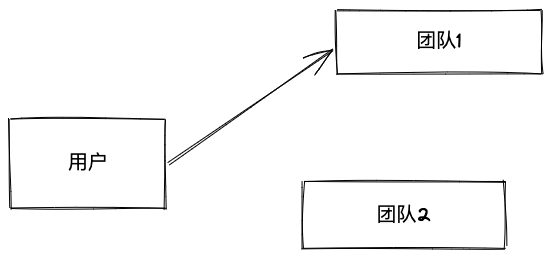
Before: docs/asserts/architecture.excalidraw.png, a diagram exported from Excalidraw (fjhdream/truck-billing). Source tidied: one line per element, renumbered; positions are measured from the earlier drawing's top-left corner, leaving out a move shared by most shapes.
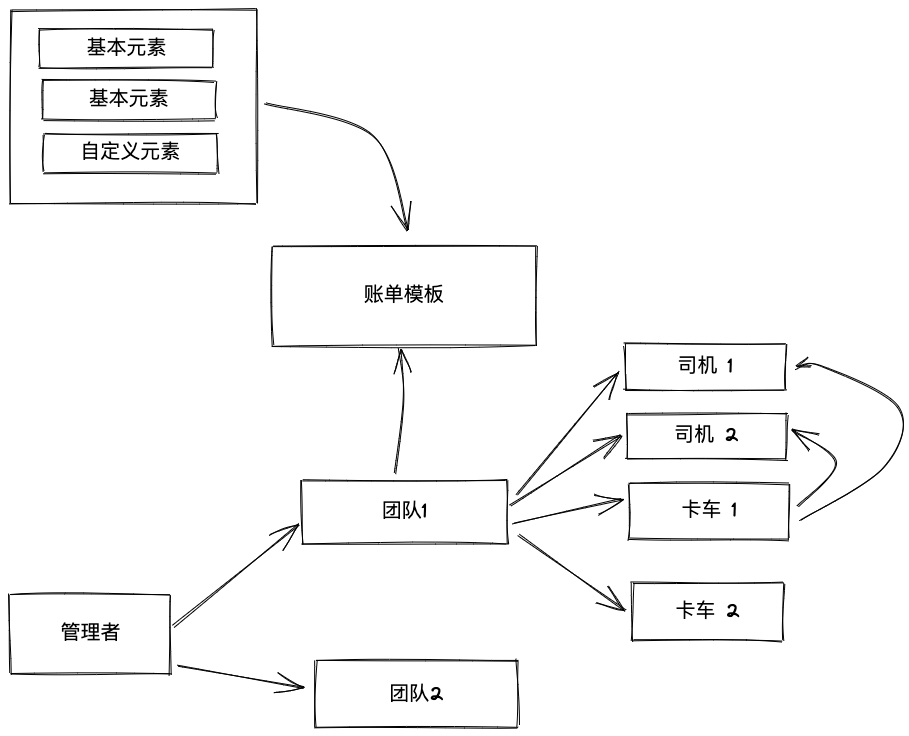
Above is the later version.

Commit message:
complete ER design

Change to the diagram source:
```diff
@@ -1,7 +1,33 @@
-{"id": 0, "type": "rectangle", "strokeColor": "#000000", "strokeWidth": 1, "roughness": 1, "x": 0, "y": 109, "width": 156, "height": 90}
+{"id": 0, "type": "rectangle", "strokeColor": "#000000", "strokeWidth": 1, "roughness": 1, "x": -16, "y": 132, "width": 161, "height": 80}
-{"id": 1, "type": "text", "text": "用户", "strokeColor": "#000000", "strokeWidth": 1, "roughness": 1, "fontSize": 20, "fontFamily": 1, "textAlign": "center", "verticalAlign": "middle", "inside": 0, "x": 5, "y": 140, "width": 146, "height": 28}
+{"id": 1, "type": "text", "text": "管理者", "strokeColor": "#000000", "strokeWidth": 1, "roughness": 1, "fontSize": 20, "fontFamily": 1, "textAlign": "center", "verticalAlign": "middle", "inside": 0, "x": -11, "y": 158, "width": 151, "height": 28}
-{"id": 2, "type": "rectangle", "strokeColor": "#000000", "strokeWidth": 1, "roughness": 1, "x": 326, "y": 0, "width": 205, "height": 64}
+{"id": 2, "type": "rectangle", "strokeColor": "#000000", "strokeWidth": 1, "roughness": 1, "x": 276, "y": 18, "width": 205, "height": 64}
-{"id": 3, "type": "text", "text": "团队1", "strokeColor": "#000000", "strokeWidth": 1, "roughness": 1, "fontSize": 20, "fontFamily": 1, "textAlign": "center", "verticalAlign": "middle", "inside": 2, "x": 331, "y": 18, "width": 195, "height": 28}
+{"id": 3, "type": "text", "text": "团队1", "strokeColor": "#000000", "strokeWidth": 1, "roughness": 1, "fontSize": 20, "fontFamily": 1, "textAlign": "center", "verticalAlign": "middle", "inside": 2, "x": 281, "y": 37, "width": 195, "height": 28}
-{"id": 4, "type": "arrow", "strokeColor": "#000000", "strokeWidth": 1, "roughness": 1, "endArrowhead": "arrow", "from": 0, "to": 2, "x": 159, "y": 153, "width": 163, "height": 114, "points": [[0, 0], [163, -114]]}
+{"id": 4, "type": "arrow", "strokeColor": "#000000", "strokeWidth": 1, "roughness": 1, "endArrowhead": "arrow", "from": 0, "to": 2, "x": 148, "y": 164, "width": 125, "height": 102, "points": [[0, 0], [125, -102]]}
-{"id": 5, "type": "rectangle", "strokeColor": "#000000", "strokeWidth": 1, "roughness": 1, "x": 293, "y": 172, "width": 202, "height": 66}
+{"id": 5, "type": "rectangle", "strokeColor": "#000000", "strokeWidth": 1, "roughness": 1, "x": 290, "y": 199, "width": 202, "height": 66}
-{"id": 6, "type": "text", "text": "团队2", "strokeColor": "#000000", "strokeWidth": 1, "roughness": 1, "fontSize": 20, "fontFamily": 1, "textAlign": "center", "verticalAlign": "middle", "inside": 5, "x": 298, "y": 192, "width": 192, "height": 28}
+{"id": 6, "type": "text", "text": "团队2", "strokeColor": "#000000", "strokeWidth": 1, "roughness": 1, "fontSize": 20, "fontFamily": 1, "textAlign": "center", "verticalAlign": "middle", "inside": 5, "x": 295, "y": 219, "width": 192, "height": 28}
+{"id": 7, "type": "arrow", "strokeColor": "#000000", "strokeWidth": 1, "roughness": 1, "endArrowhead": "arrow", "from": 0, "to": 5, "x": 151, "y": 205, "width": 128, "height": 22, "points": [[0, 0], [128, 22]]}
+{"id": 8, "type": "rectangle", "strokeColor": "#000000", "strokeWidth": 1, "roughness": 1, "x": 604, "y": 22, "width": 159, "height": 55}
+{"id": 9, "type": "text", "text": "卡车 1", "strokeColor": "#000000", "strokeWidth": 1, "roughness": 1, "fontSize": 20, "fontFamily": 1, "textAlign": "center", "verticalAlign": "middle", "inside": 8, "x": 609, "y": 36, "width": 149, "height": 28}
+{"id": 10, "type": "rectangle", "strokeColor": "#000000", "strokeWidth": 1, "roughness": 1, "x": 606, "y": 121, "width": 151, "height": 59}
+{"id": 11, "type": "text", "text": "卡车 2", "strokeColor": "#000000", "strokeWidth": 1, "roughness": 1, "fontSize": 20, "fontFamily": 1, "textAlign": "center", "verticalAlign": "middle", "inside": 10, "x": 611, "y": 136, "width": 141, "height": 28}
+{"id": 12, "type": "rectangle", "strokeColor": "#000000", "strokeWidth": 1, "roughness": 1, "x": 599, "y": -117, "width": 160, "height": 46}
+{"id": 13, "type": "text", "text": "司机 1", "strokeColor": "#000000", "strokeWidth": 1, "roughness": 1, "fontSize": 20, "fontFamily": 1, "textAlign": "center", "verticalAlign": "middle", "inside": 12, "x": 604, "y": -109, "width": 150, "height": 28}
+{"id": 14, "type": "rectangle", "strokeColor": "#000000", "strokeWidth": 1, "roughness": 1, "x": 601, "y": -49, "width": 160, "height": 46}
+{"id": 15, "type": "text", "text": "司机 2", "strokeColor": "#000000", "strokeWidth": 1, "roughness": 1, "fontSize": 20, "fontFamily": 1, "textAlign": "center", "verticalAlign": "middle", "inside": 14, "x": 606, "y": -40, "width": 150, "height": 28}
+{"id": 16, "type": "arrow", "strokeColor": "#000000", "strokeWidth": 1, "roughness": 1, "endArrowhead": "arrow", "from": 2, "to": 8, "x": 487, "y": 62, "width": 109, "height": 25, "points": [[0, 0], [109, -25]]}
+{"id": 17, "type": "arrow", "strokeColor": "#000000", "strokeWidth": 1, "roughness": 1, "endArrowhead": "arrow", "from": 2, "to": 10, "x": 493, "y": 74, "width": 108, "height": 74, "points": [[0, 0], [108, 74]]}
+{"id": 18, "type": "arrow", "strokeColor": "#000000", "strokeWidth": 1, "roughness": 1, "endArrowhead": "arrow", "from": 2, "to": 12, "x": 492, "y": 32, "width": 102, "height": 122, "points": [[0, 0], [102, -122]]}
+{"id": 19, "type": "arrow", "strokeColor": "#000000", "strokeWidth": 1, "roughness": 1, "endArrowhead": "arrow", "from": 2, "to": 14, "x": 485, "y": 44, "width": 111, "height": 71, "points": [[0, 0], [111, -71]]}
+{"id": 20, "type": "arrow", "strokeColor": "#000000", "strokeWidth": 1, "roughness": 1, "endArrowhead": "arrow", "from": 8, "to": 14, "x": 773, "y": 45, "width": 44, "height": 76, "points": [[0, 0], [38, -43], [-6, -76]]}
+{"id": 21, "type": "arrow", "strokeColor": "#000000", "strokeWidth": 1, "roughness": 1, "endArrowhead": "arrow", "from": 8, "to": 12, "x": 775, "y": 58, "width": 104, "height": 153, "points": [[0, 0], [84, -52], [100, -111], [23, -153], [-5, -151]]}
+{"id": 22, "type": "rectangle", "strokeColor": "#000000", "strokeWidth": 1, "roughness": 1, "x": 247, "y": -215, "width": 263, "height": 100}
+{"id": 23, "type": "text", "text": "账单模板", "strokeColor": "#000000", "strokeWidth": 1, "roughness": 1, "fontSize": 20, "fontFamily": 1, "textAlign": "center", "verticalAlign": "middle", "inside": 22, "x": 252, "y": -179, "width": 253, "height": 28}
+{"id": 24, "type": "arrow", "strokeColor": "#000000", "strokeWidth": 1, "roughness": 1, "endArrowhead": "arrow", "from": 2, "to": 22, "x": 370, "y": 13, "width": 8, "height": 126, "points": [[0, 0], [8, -76], [4, -126]]}
+{"id": 25, "type": "rectangle", "strokeColor": "#000000", "strokeWidth": 1, "roughness": 1, "x": -15, "y": -452, "width": 245, "height": 193}
+{"id": 26, "type": "rectangle", "strokeColor": "#000000", "strokeWidth": 1, "roughness": 1, "x": 14, "y": -432, "width": 174, "height": 38}
+{"id": 27, "type": "rectangle", "strokeColor": "#000000", "strokeWidth": 1, "roughness": 1, "x": 16, "y": -381, "width": 174, "height": 38}
+{"id": 28, "type": "rectangle", "strokeColor": "#000000", "strokeWidth": 1, "roughness": 1, "x": 17, "y": -327, "width": 174, "height": 38}
+{"id": 29, "type": "text", "text": "基本元素", "strokeColor": "#000000", "strokeWidth": 1, "roughness": 1, "fontSize": 20, "fontFamily": 1, "textAlign": "center", "verticalAlign": "middle", "inside": 26, "x": 19, "y": -427, "width": 164, "height": 28}
+{"id": 30, "type": "text", "text": "基本元素", "strokeColor": "#000000", "strokeWidth": 1, "roughness": 1, "fontSize": 20, "fontFamily": 1, "textAlign": "center", "verticalAlign": "middle", "inside": 27, "x": 21, "y": -376, "width": 164, "height": 28}
+{"id": 31, "type": "text", "text": "自定义元素", "strokeColor": "#000000", "strokeWidth": 1, "roughness": 1, "fontSize": 20, "fontFamily": 1, "textAlign": "center", "verticalAlign": "middle", "inside": 28, "x": 22, "y": -322, "width": 164, "height": 28}
+{"id": 32, "type": "arrow", "strokeColor": "#000000", "strokeWidth": 1, "roughness": 1, "endArrowhead": "arrow", "from": 25, "to": 22, "x": 239, "y": -358, "width": 144, "height": 126, "points": [[0, 0], [109, 32], [144, 126]]}
```
